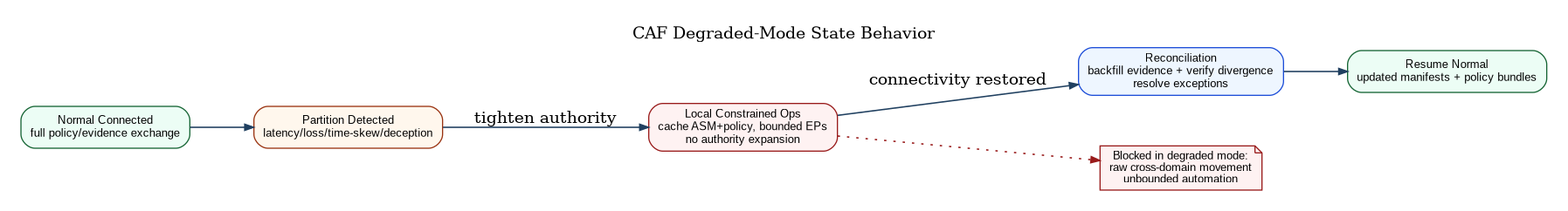
Earlier version of the Graphviz export papers/caf-ra/diagrams/caf_degraded_mode_state.png (anboas/Whitepaper). Its source is kept beside it as papers/caf-ra/diagrams-src/caf_degraded_mode_state.dot. The source it was exported from:
```dot
digraph CAFDegraded {
  rankdir=LR;
  graph [bgcolor="white", pad="0.25", nodesep="0.6", ranksep="0.75", labelloc="t", label="CAF Degraded-Mode State Behavior"];
  node [shape=box, style="rounded,filled", fillcolor="#F8FAFC", color="#204060", fontname="Arial", fontsize=10];
  edge [color="#204060", arrowsize=0.75, penwidth=1.2];

  Normal [label="Normal Connected\nfull policy/evidence exchange", fillcolor="#ECFDF5", color="#166534"];
  Partitioned [label="Partition Detected\nlatency/loss/time-skew/deception", fillcolor="#FFF7ED", color="#9A3412"];
  Local [label="Local Constrained Ops\ncache ASM+policy, bounded EPs\nno authority expansion", fillcolor="#FEF2F2", color="#991B1B"];
  Reconcile [label="Reconciliation\nbackfill evidence + verify divergence\nresolve exceptions", fillcolor="#EEF6FF", color="#1D4ED8"];
  Resume [label="Resume Normal\nupdated manifests + policy bundles", fillcolor="#ECFDF5", color="#166534"];

  Normal -> Partitioned;
  Partitioned -> Local [label="tighten authority"];
  Local -> Reconcile [label="connectivity restored"];
  Reconcile -> Resume;

  Block [label="Blocked in degraded mode:\nraw cross-domain movement\nunbounded automation", shape=note, fillcolor="#FEF2F2", color="#991B1B", fontsize=9.5];
  Local -> Block [style=dotted, color="#991B1B"];
}
```
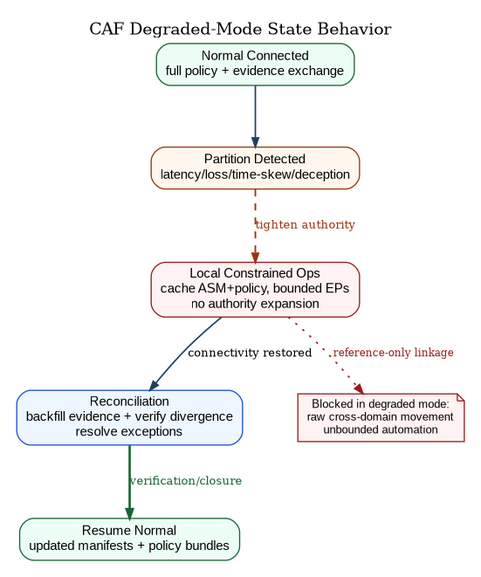
After the change.

Change to the diagram source:
```diff
@@ -1,20 +1,28 @@
 digraph CAFDegraded {
-  rankdir=LR;
-  graph [bgcolor="white", pad="0.25", nodesep="0.6", ranksep="0.75", labelloc="t", label="CAF Degraded-Mode State Behavior"];
-  node [shape=box, style="rounded,filled", fillcolor="#F8FAFC", color="#204060", fontname="Arial", fontsize=10];
-  edge [color="#204060", arrowsize=0.75, penwidth=1.2];
+  rankdir=TB;
+  graph [
+    bgcolor="white",
+    pad="0.20",
+    nodesep="0.65",
+    ranksep="0.72",
+    labelloc="t",
+    label="CAF Degraded-Mode State Behavior"
+  ];
 
-  Normal [label="Normal Connected\nfull policy/evidence exchange", fillcolor="#ECFDF5", color="#166534"];
+  node [shape=box, style="rounded,filled", fillcolor="#F8FAFC", color="#204060", fontname="Arial", fontsize=11.4];
+  edge [color="#204060", arrowsize=0.78, penwidth=1.3];
+
+  Normal      [label="Normal Connected\nfull policy + evidence exchange", fillcolor="#ECFDF5", color="#166534"];
   Partitioned [label="Partition Detected\nlatency/loss/time-skew/deception", fillcolor="#FFF7ED", color="#9A3412"];
-  Local [label="Local Constrained Ops\ncache ASM+policy, bounded EPs\nno authority expansion", fillcolor="#FEF2F2", color="#991B1B"];
-  Reconcile [label="Reconciliation\nbackfill evidence + verify divergence\nresolve exceptions", fillcolor="#EEF6FF", color="#1D4ED8"];
-  Resume [label="Resume Normal\nupdated manifests + policy bundles", fillcolor="#ECFDF5", color="#166534"];
+  Local       [label="Local Constrained Ops\ncache ASM+policy, bounded EPs\nno authority expansion", fillcolor="#FEF2F2", color="#991B1B"];
+  Reconcile   [label="Reconciliation\nbackfill evidence + verify divergence\nresolve exceptions", fillcolor="#EEF6FF", color="#1D4ED8"];
+  Resume      [label="Resume Normal\nupdated manifests + policy bundles", fillcolor="#ECFDF5", color="#166534"];
 
   Normal -> Partitioned;
-  Partitioned -> Local [label="tighten authority"];
-  Local -> Reconcile [label="connectivity restored"];
-  Reconcile -> Resume;
+  Partitioned -> Local [label="tighten authority", fontsize=10, fontcolor="#9A3412", color="#9A3412", style=dashed, penwidth=1.4];
+  Local -> Reconcile [label="connectivity restored", fontsize=10];
+  Reconcile -> Resume [style=bold, color="#166534", penwidth=2.0, label="verification/closure", fontsize=10, fontcolor="#166534"];
 
-  Block [label="Blocked in degraded mode:\nraw cross-domain movement\nunbounded automation", shape=note, fillcolor="#FEF2F2", color="#991B1B", fontsize=9.5];
-  Local -> Block [style=dotted, color="#991B1B"];
+  Block [label="Blocked in degraded mode:\nraw cross-domain movement\nunbounded automation", shape=note, fillcolor="#FEF2F2", color="#991B1B", fontsize=10];
+  Local -> Block [style=dotted, color="#991B1B", label="reference-only linkage", fontsize=9, fontcolor="#991B1B"];
 }
```
